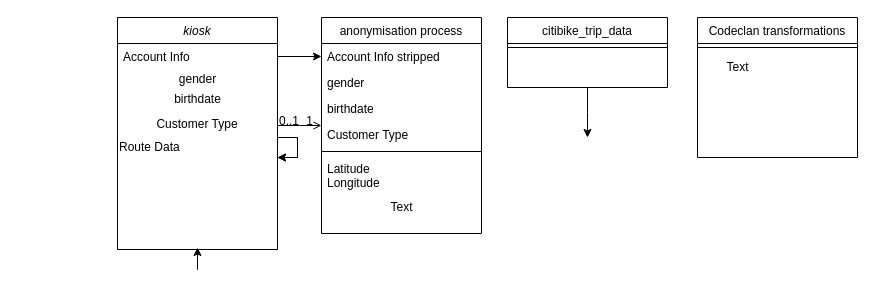
Before: Week7/Week7/Week7day2/Untitled Diagram.drawio in Coelacanth19/codeclan_homework_MarkAntFojas, a draw.io diagram. Source tidied: cells renumbered, new cells numbered last; positions are measured from the earlier drawing's top-left corner, leaving out a move shared by most shapes. Both pictures are drawn from the tidied source at 100%, with x=0, y=0 at pixel (117, 17).
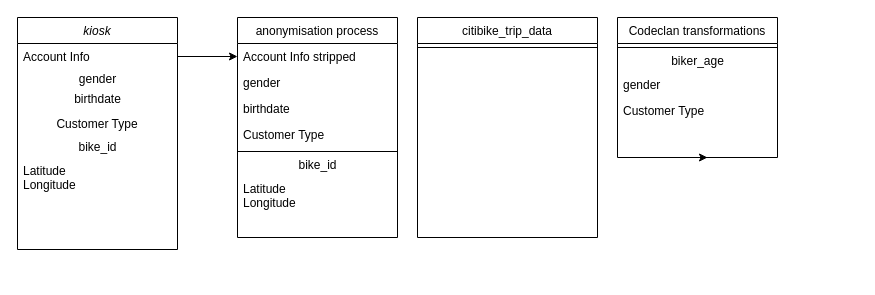
The same page after the edit.

What changed in the source:
```diff
@@
-    <mxCell id="2" style="edgeStyle=orthogonalEdgeStyle;rounded=0;jettySize=auto;html=1;" parent="1" edge="1" source="3">
-      <mxGeometry relative="1" as="geometry">
-        <mxPoint x="80" y="230" as="targetPoint" />
-      </mxGeometry>
-    </mxCell>
     <mxCell id="3" value="kiosk" style="swimlane;fontStyle=2;align=center;verticalAlign=top;horizontal=1;startSize=26;rounded=0;shadow=0;strokeWidth=1;" parent="1" vertex="1">
-      <mxGeometry width="160" height="232" as="geometry" />
+      <mxGeometry x="-100" width="160" height="232" as="geometry" />
     </mxCell>
@@
-    <mxCell id="8" style="edgeStyle=orthogonalEdgeStyle;rounded=0;orthogonalLoop=1;jettySize=auto;html=1;" parent="3" edge="1" source="10" target="10">
-      <mxGeometry relative="1" as="geometry" />
-    </mxCell>
-    <mxCell id="9" style="edgeStyle=orthogonalEdgeStyle;rounded=0;orthogonalLoop=1;jettySize=auto;html=1;" parent="3" edge="1" source="10" target="10">
-      <mxGeometry relative="1" as="geometry" />
-    </mxCell>
-    <mxCell id="10" value="Route Data" style="text;html=1;align=left;verticalAlign=middle;points=[];fillColor=none;strokeColor=none;rounded=0;labelPosition=center;verticalLabelPosition=middle;" parent="3" vertex="1">
-      <mxGeometry y="120" width="160" height="20" as="geometry" />
-    </mxCell>
-    <mxCell id="11" style="edgeStyle=orthogonalEdgeStyle;rounded=0;jettySize=auto;html=1;exitX=0.5;exitY=1;exitDx=0;exitDy=0;" parent="1" edge="1" source="12">
-      <mxGeometry relative="1" as="geometry">
-        <mxPoint x="470" y="120" as="targetPoint" />
-      </mxGeometry>
-    </mxCell>
+    <mxCell id="21" value="bike_id" style="text;html=1;align=center;verticalAlign=middle;fillColor=none;strokeColor=none;rounded=0;" parent="3" vertex="1">
+      <mxGeometry y="120" width="160" height="20" as="geometry" />
+    </mxCell>
+    <mxCell id="29" value="Latitude&#10;Longitude" style="text;align=left;verticalAlign=top;spacingLeft=4;spacingRight=4;overflow=hidden;rounded=0;shadow=0;html=0;" parent="3" vertex="1">
+      <mxGeometry y="140" width="160" height="42" as="geometry" />
+    </mxCell>
     <mxCell id="12" value="citibike_trip_data" style="swimlane;fontStyle=0;align=center;verticalAlign=top;horizontal=1;startSize=26;rounded=0;shadow=0;strokeWidth=1;" parent="1" vertex="1">
-      <mxGeometry x="390" width="160" height="70" as="geometry" />
+      <mxGeometry x="300" width="180" height="220" as="geometry" />
     </mxCell>
     <mxCell id="13" style="line;html=1;strokeWidth=1;align=left;verticalAlign=middle;spacingTop=-1;spacingLeft=3;spacingRight=3;labelPosition=right;" parent="12" vertex="1">
-      <mxGeometry y="26" width="160" height="8" as="geometry" />
+      <mxGeometry y="26" width="180" height="8" as="geometry" />
     </mxCell>
     <mxCell id="14" value="anonymisation process" style="swimlane;fontStyle=0;align=center;verticalAlign=top;horizontal=1;startSize=26;rounded=0;shadow=0;strokeWidth=1;" parent="1" vertex="1">
-      <mxGeometry x="204" width="160" height="216" as="geometry" />
+      <mxGeometry x="120" width="160" height="220" as="geometry" />
     </mxCell>
@@
+    <mxCell id="30" value="bike_id" style="text;html=1;align=center;verticalAlign=middle;fillColor=none;strokeColor=none;rounded=0;" parent="14" vertex="1">
+      <mxGeometry y="138" width="160" height="20" as="geometry" />
+    </mxCell>
     <mxCell id="20" value="Latitude&#10;Longitude" style="text;align=left;verticalAlign=top;spacingLeft=4;spacingRight=4;overflow=hidden;rounded=0;shadow=0;html=0;" parent="14" vertex="1">
-      <mxGeometry y="138" width="160" height="42" as="geometry" />
+      <mxGeometry y="158" width="160" height="42" as="geometry" />
     </mxCell>
-    <mxCell id="21" value="Text" style="text;html=1;align=center;verticalAlign=middle;fillColor=none;strokeColor=none;rounded=0;" parent="14" vertex="1">
-      <mxGeometry y="180" width="160" height="20" as="geometry" />
-    </mxCell>
-    <mxCell id="22" style="endArrow=open;shadow=0;strokeWidth=1;rounded=0;endFill=1;edgeStyle=elbowEdgeStyle;elbow=vertical;" parent="1" edge="1" source="3" target="14">
-      <mxGeometry x="0.5" y="41" relative="1" as="geometry">
-        <mxPoint x="-40" y="32" as="offset" />
-      </mxGeometry>
-    </mxCell>
-    <mxCell id="23" value="0..1" style="align=left;verticalAlign=bottom;labelBackgroundColor=none;fontSize=12;" parent="22" vertex="1">
-      <mxGeometry x="-1" relative="1" as="geometry">
-        <mxPoint y="4" as="offset" />
-      </mxGeometry>
-    </mxCell>
-    <mxCell id="24" value="1" style="align=right;verticalAlign=bottom;labelBackgroundColor=none;fontSize=12;" parent="22" vertex="1">
-      <mxGeometry x="1" relative="1" as="geometry">
-        <mxPoint x="-7" y="4" as="offset" />
-      </mxGeometry>
-    </mxCell>
@@
+    <mxCell id="31" style="edgeStyle=orthogonalEdgeStyle;rounded=0;jettySize=auto;html=1;exitX=0.5;exitY=1;exitDx=0;exitDy=0;" parent="1" edge="1" source="26">
+      <mxGeometry relative="1" as="geometry">
+        <mxPoint x="590" y="140" as="targetPoint" />
+        <Array as="points">
+          <mxPoint x="590" y="140" />
+          <mxPoint x="590" y="140" />
+        </Array>
+      </mxGeometry>
+    </mxCell>
     <mxCell id="26" value="Codeclan transformations" style="swimlane;fontStyle=0;align=center;verticalAlign=top;horizontal=1;startSize=26;rounded=0;shadow=0;strokeWidth=1;" parent="1" vertex="1">
-      <mxGeometry x="580" width="160" height="140" as="geometry" />
+      <mxGeometry x="500" width="160" height="140" as="geometry" />
     </mxCell>
@@
-    <mxCell id="28" value="Text" style="text;html=1;align=center;verticalAlign=middle;strokeColor=none;fillColor=none;" parent="1" vertex="1">
-      <mxGeometry x="600" y="40" width="40" height="20" as="geometry" />
-    </mxCell>
+    <mxCell id="32" value="biker_age" style="text;html=1;align=center;verticalAlign=middle;fillColor=none;strokeColor=none;rounded=0;" parent="26" vertex="1">
+      <mxGeometry y="34" width="160" height="20" as="geometry" />
+    </mxCell>
+    <mxCell id="33" value="gender" style="text;align=left;verticalAlign=top;spacingLeft=4;spacingRight=4;overflow=hidden;rounded=0;shadow=0;html=0;" parent="26" vertex="1">
+      <mxGeometry y="54" width="160" height="26" as="geometry" />
+    </mxCell>
+    <mxCell id="34" value="Customer Type" style="text;align=left;verticalAlign=top;spacingLeft=4;spacingRight=4;overflow=hidden;rounded=0;shadow=0;html=0;" parent="26" vertex="1">
+      <mxGeometry y="80" width="160" height="26" as="geometry" />
+    </mxCell>
```
